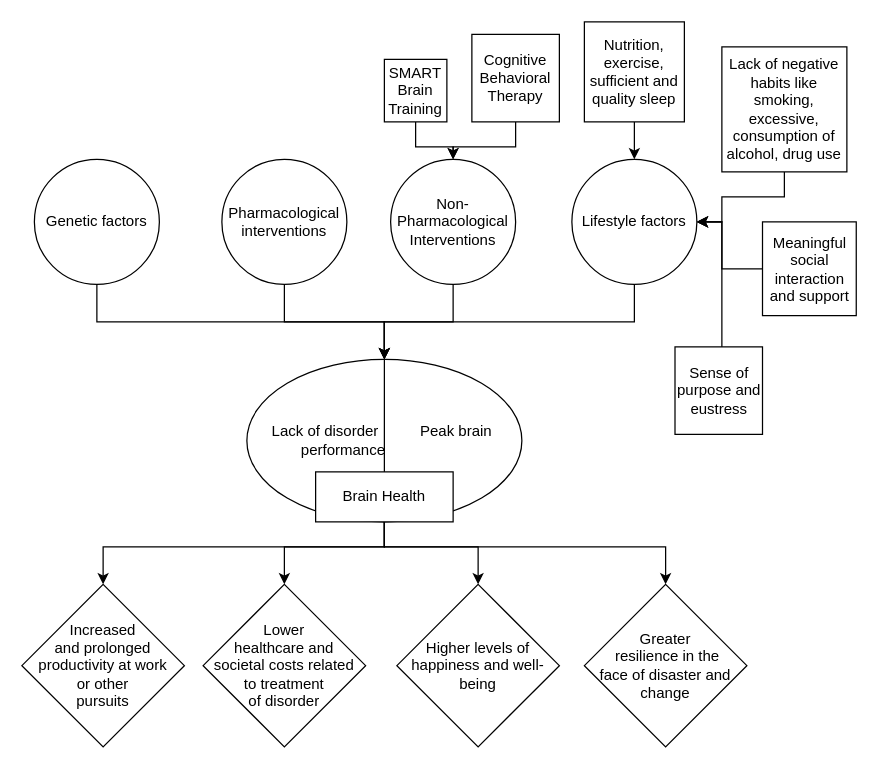
Earlier version of the draw.io diagram Brainomics diagram.drawio (gennacampain/RProjects). Source tidied: cells renumbered, new cells numbered last; positions are measured from the earlier drawing's top-left corner, leaving out a move shared by most shapes. Both pictures are drawn from the tidied source at 125%, with x=0, y=0 at pixel (21, 21).
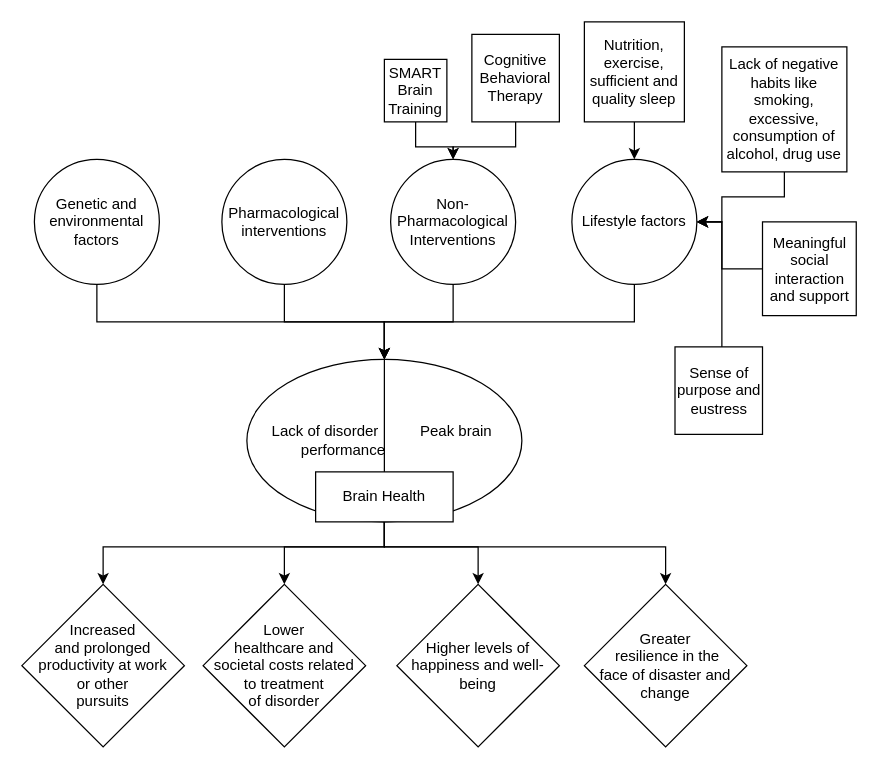
The same diagram, later.

Diff of the diagram source:
```diff
@@
-    <mxCell id="14" value="Genetic factors" style="ellipse;whiteSpace=wrap;html=1;" parent="1" vertex="1">
+    <mxCell id="14" value="Genetic and environmental factors" style="ellipse;whiteSpace=wrap;html=1;" parent="1" vertex="1">
       <mxGeometry x="10" y="110" width="100" height="100" as="geometry" />
     </mxCell>
```
